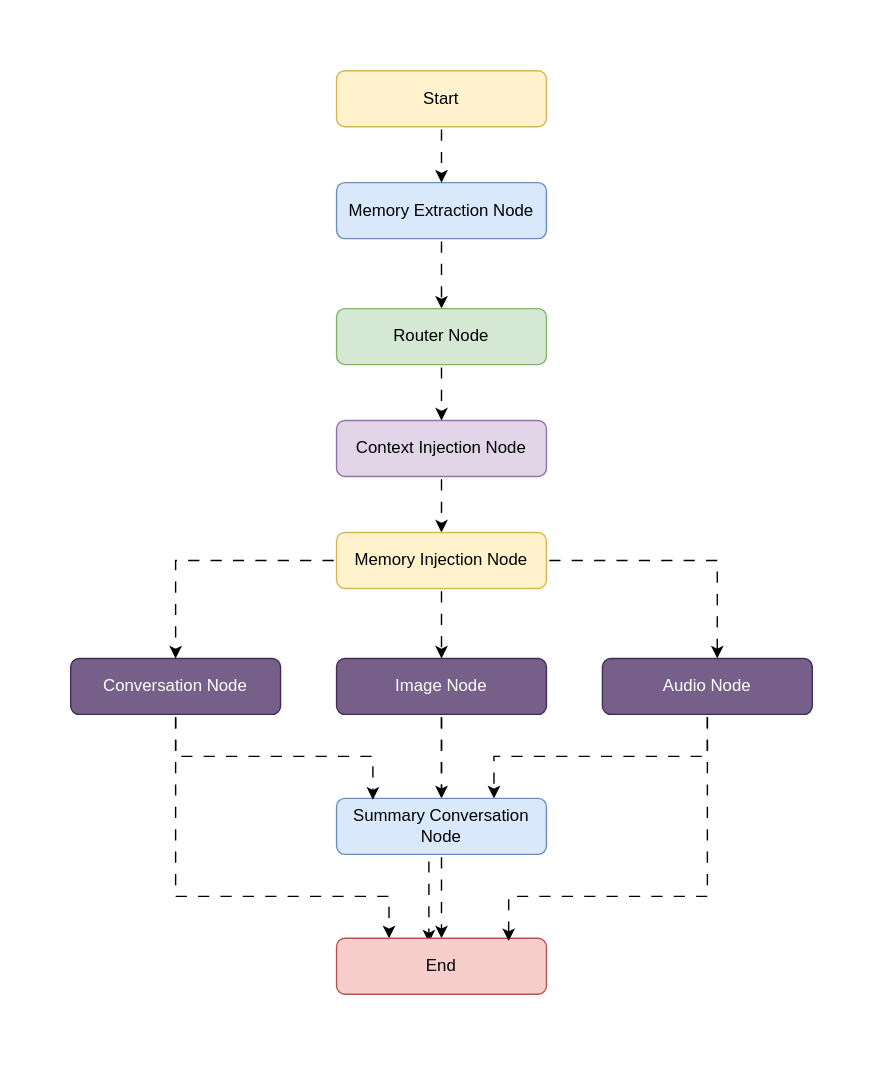
Madhusanka-slc/ai-multimodal-messenger keeps this draw.io diagram as images/graph_diagram.svg. Above is the earlier version. Source tidied: cells renumbered, new cells last; positions are measured from the earlier drawing's top-left corner, leaving out a move shared by most shapes. Source of this version:
```xml
<mxGraphModel>
  <root>
    <mxCell id="0" />
    <mxCell id="1" parent="0" />
    <mxCell id="2" style="edgeStyle=orthogonalEdgeStyle;rounded=0;jettySize=auto;html=1;entryX=0.44;entryY=0.075;entryDx=0;entryDy=0;entryPerimeter=0;flowAnimation=1;" parent="1" edge="1" source="12" target="17">
      <mxGeometry relative="1" as="geometry" />
    </mxCell>
    <mxCell id="3" style="edgeStyle=orthogonalEdgeStyle;rounded=0;jettySize=auto;html=1;entryX=0.5;entryY=0;entryDx=0;entryDy=0;flowAnimation=1;" parent="1" edge="1" source="4" target="19">
      <mxGeometry relative="1" as="geometry" />
    </mxCell>
    <mxCell id="4" value="&lt;p&gt;Memory Extraction Node&lt;/p&gt;" style="rounded=1;whiteSpace=wrap;html=1;fillColor=#dae8fc;strokeColor=#6c8ebf;" parent="1" vertex="1">
      <mxGeometry x="190" y="80" width="150" height="40" as="geometry" />
    </mxCell>
    <mxCell id="5" style="edgeStyle=orthogonalEdgeStyle;rounded=0;jettySize=auto;html=1;flowAnimation=1;" parent="1" edge="1" source="6" target="4">
      <mxGeometry relative="1" as="geometry" />
    </mxCell>
    <mxCell id="6" value="Start" style="rounded=1;whiteSpace=wrap;html=1;fillColor=#fff2cc;strokeColor=#d6b656;" parent="1" vertex="1">
      <mxGeometry x="190" width="150" height="40" as="geometry" />
    </mxCell>
    <mxCell id="7" style="edgeStyle=orthogonalEdgeStyle;rounded=0;jettySize=auto;html=1;entryX=0.5;entryY=0;entryDx=0;entryDy=0;flowAnimation=1;" parent="1" edge="1" source="8" target="22">
      <mxGeometry relative="1" as="geometry" />
    </mxCell>
    <mxCell id="8" value="&lt;p&gt;Context Injection Node&lt;/p&gt;" style="rounded=1;whiteSpace=wrap;html=1;fillColor=#e1d5e7;strokeColor=#9673a6;" parent="1" vertex="1">
      <mxGeometry x="190" y="250" width="150" height="40" as="geometry" />
    </mxCell>
    <mxCell id="9" style="edgeStyle=orthogonalEdgeStyle;rounded=0;jettySize=auto;html=1;entryX=0.25;entryY=0;entryDx=0;entryDy=0;flowAnimation=1;" parent="1" edge="1" source="10" target="17">
      <mxGeometry relative="1" as="geometry">
        <Array as="points">
          <mxPoint x="75" y="590" />
          <mxPoint x="228" y="590" />
        </Array>
      </mxGeometry>
    </mxCell>
    <mxCell id="10" value="&lt;p&gt;Conversation Node&lt;/p&gt;" style="rounded=1;whiteSpace=wrap;html=1;fillColor=#76608a;fontColor=#ffffff;strokeColor=#432D57;" parent="1" vertex="1">
      <mxGeometry y="420" width="150" height="40" as="geometry" />
    </mxCell>
    <mxCell id="11" style="edgeStyle=orthogonalEdgeStyle;rounded=0;jettySize=auto;html=1;entryX=0.5;entryY=0;entryDx=0;entryDy=0;flowAnimation=1;" parent="1" edge="1" source="12" target="16">
      <mxGeometry relative="1" as="geometry" />
    </mxCell>
    <mxCell id="12" value="&lt;p&gt;Image Node&lt;/p&gt;" style="rounded=1;whiteSpace=wrap;html=1;fillColor=#76608a;fontColor=#ffffff;strokeColor=#432D57;" parent="1" vertex="1">
      <mxGeometry x="190" y="420" width="150" height="40" as="geometry" />
    </mxCell>
    <mxCell id="13" style="edgeStyle=orthogonalEdgeStyle;rounded=0;jettySize=auto;html=1;entryX=0.75;entryY=0;entryDx=0;entryDy=0;flowAnimation=1;" parent="1" edge="1" source="14" target="16">
      <mxGeometry relative="1" as="geometry">
        <Array as="points">
          <mxPoint x="455" y="490" />
          <mxPoint x="303" y="490" />
        </Array>
      </mxGeometry>
    </mxCell>
    <mxCell id="14" value="&lt;p&gt;Audio Node&lt;/p&gt;" style="rounded=1;whiteSpace=wrap;html=1;fillColor=#76608a;fontColor=#ffffff;strokeColor=#432D57;" parent="1" vertex="1">
      <mxGeometry x="380" y="420" width="150" height="40" as="geometry" />
    </mxCell>
    <mxCell id="15" style="edgeStyle=orthogonalEdgeStyle;rounded=0;jettySize=auto;html=1;entryX=0.5;entryY=0;entryDx=0;entryDy=0;flowAnimation=1;" parent="1" edge="1" source="16" target="17">
      <mxGeometry relative="1" as="geometry" />
    </mxCell>
    <mxCell id="16" value="&lt;p&gt;Summary Conversation Node&lt;/p&gt;" style="rounded=1;whiteSpace=wrap;html=1;fillColor=#dae8fc;strokeColor=#6c8ebf;" parent="1" vertex="1">
      <mxGeometry x="190" y="520" width="150" height="40" as="geometry" />
    </mxCell>
    <mxCell id="17" value="End" style="rounded=1;whiteSpace=wrap;html=1;fillColor=#f8cecc;strokeColor=#b85450;" parent="1" vertex="1">
      <mxGeometry x="190" y="620" width="150" height="40" as="geometry" />
    </mxCell>
    <mxCell id="18" style="edgeStyle=orthogonalEdgeStyle;rounded=0;jettySize=auto;html=1;entryX=0.5;entryY=0;entryDx=0;entryDy=0;flowAnimation=1;" parent="1" edge="1" source="19" target="8">
      <mxGeometry relative="1" as="geometry" />
    </mxCell>
    <mxCell id="19" value="&lt;p&gt;Router Node&lt;/p&gt;" style="rounded=1;whiteSpace=wrap;html=1;fillColor=#d5e8d4;strokeColor=#82b366;" parent="1" vertex="1">
      <mxGeometry x="190" y="170" width="150" height="40" as="geometry" />
    </mxCell>
    <mxCell id="20" style="edgeStyle=orthogonalEdgeStyle;rounded=0;jettySize=auto;html=1;entryX=0.5;entryY=0;entryDx=0;entryDy=0;flowAnimation=1;" parent="1" edge="1" source="22" target="12">
      <mxGeometry relative="1" as="geometry" />
    </mxCell>
    <mxCell id="21" style="edgeStyle=orthogonalEdgeStyle;rounded=0;jettySize=auto;html=1;entryX=0.5;entryY=0;entryDx=0;entryDy=0;flowAnimation=1;" parent="1" edge="1" source="22" target="10">
      <mxGeometry relative="1" as="geometry" />
    </mxCell>
    <mxCell id="22" value="&lt;p&gt;Memory Injection Node&lt;/p&gt;" style="rounded=1;whiteSpace=wrap;html=1;fillColor=#fff2cc;strokeColor=#d6b656;" parent="1" vertex="1">
      <mxGeometry x="190" y="330" width="150" height="40" as="geometry" />
    </mxCell>
    <mxCell id="23" style="edgeStyle=orthogonalEdgeStyle;rounded=0;jettySize=auto;html=1;entryX=0.547;entryY=0;entryDx=0;entryDy=0;entryPerimeter=0;flowAnimation=1;" parent="1" edge="1" source="22" target="14">
      <mxGeometry relative="1" as="geometry" />
    </mxCell>
    <mxCell id="24" style="edgeStyle=orthogonalEdgeStyle;rounded=0;jettySize=auto;html=1;entryX=0.82;entryY=0.05;entryDx=0;entryDy=0;entryPerimeter=0;flowAnimation=1;" parent="1" edge="1" source="14" target="17">
      <mxGeometry relative="1" as="geometry">
        <Array as="points">
          <mxPoint x="455" y="590" />
          <mxPoint x="313" y="590" />
        </Array>
      </mxGeometry>
    </mxCell>
    <mxCell id="25" style="edgeStyle=orthogonalEdgeStyle;rounded=0;jettySize=auto;html=1;entryX=0.173;entryY=0.025;entryDx=0;entryDy=0;entryPerimeter=0;flowAnimation=1;" parent="1" edge="1" source="10" target="16">
      <mxGeometry relative="1" as="geometry">
        <Array as="points">
          <mxPoint x="75" y="490" />
          <mxPoint x="216" y="490" />
        </Array>
      </mxGeometry>
    </mxCell>
  </root>
</mxGraphModel>
```
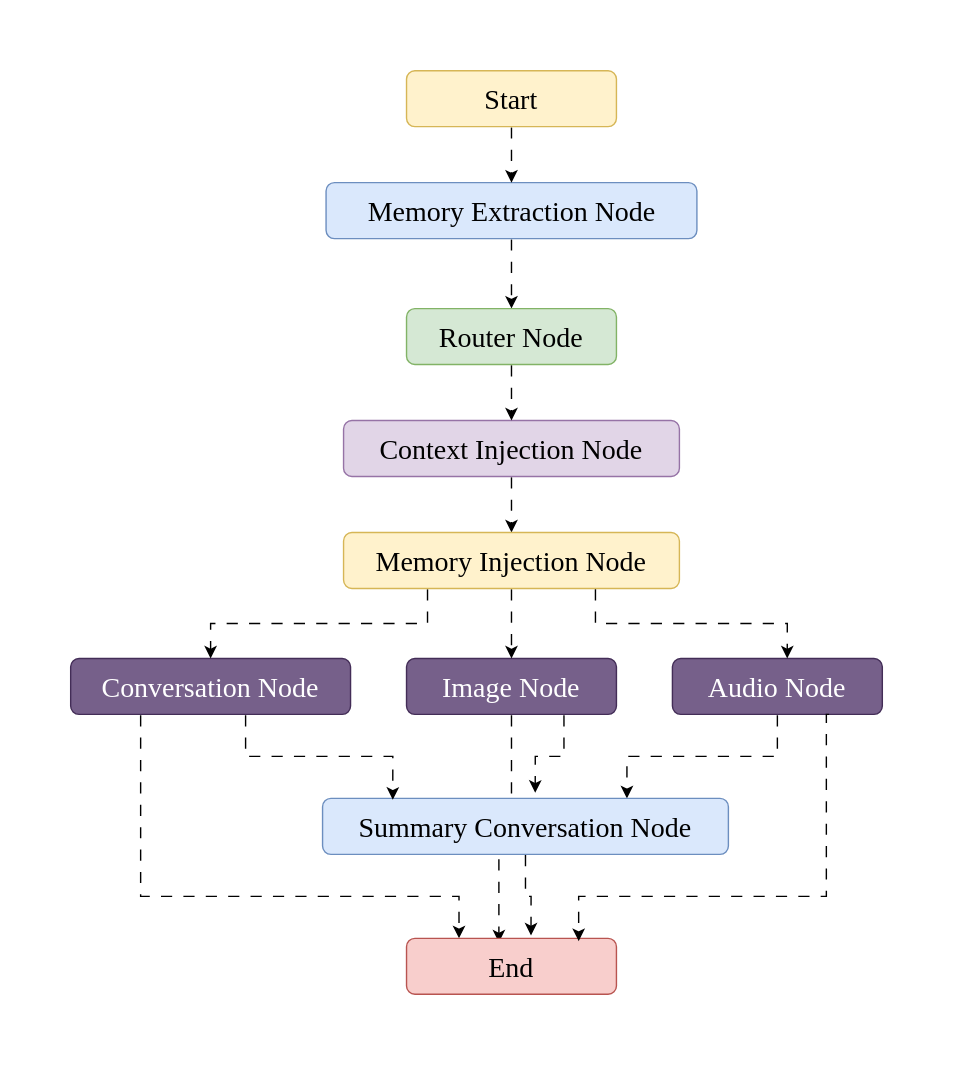
After the commit.

Commit message:
update architecture diagram

Change to the diagram source:
```diff
@@ -2,97 +2,98 @@
   <root>
     <mxCell id="0" />
     <mxCell id="1" parent="0" />
-    <mxCell id="2" style="edgeStyle=orthogonalEdgeStyle;rounded=0;jettySize=auto;html=1;entryX=0.44;entryY=0.075;entryDx=0;entryDy=0;entryPerimeter=0;flowAnimation=1;" parent="1" edge="1" source="12" target="17">
+    <mxCell id="2" style="edgeStyle=orthogonalEdgeStyle;rounded=0;jettySize=auto;html=1;entryX=0.44;entryY=0.075;entryDx=0;entryDy=0;entryPerimeter=0;flowAnimation=1;" parent="1" edge="1" source="11" target="16">
       <mxGeometry relative="1" as="geometry" />
     </mxCell>
-    <mxCell id="3" style="edgeStyle=orthogonalEdgeStyle;rounded=0;jettySize=auto;html=1;entryX=0.5;entryY=0;entryDx=0;entryDy=0;flowAnimation=1;" parent="1" edge="1" source="4" target="19">
+    <mxCell id="3" style="edgeStyle=orthogonalEdgeStyle;rounded=0;jettySize=auto;html=1;entryX=0.5;entryY=0;entryDx=0;entryDy=0;flowAnimation=1;" parent="1" edge="1" source="4" target="18">
       <mxGeometry relative="1" as="geometry" />
     </mxCell>
-    <mxCell id="4" value="&lt;p&gt;Memory Extraction Node&lt;/p&gt;" style="rounded=1;whiteSpace=wrap;html=1;fillColor=#dae8fc;strokeColor=#6c8ebf;" parent="1" vertex="1">
-      <mxGeometry x="190" y="80" width="150" height="40" as="geometry" />
+    <mxCell id="4" value="&lt;p&gt;&lt;font face=&quot;Comic Sans MS&quot; style=&quot;font-size: 20px;&quot;&gt;Memory Extraction Node&lt;/font&gt;&lt;/p&gt;" style="rounded=1;whiteSpace=wrap;html=1;fillColor=#dae8fc;strokeColor=#6c8ebf;" parent="1" vertex="1">
+      <mxGeometry x="132.5" y="370" width="265" height="40" as="geometry" />
     </mxCell>
     <mxCell id="5" style="edgeStyle=orthogonalEdgeStyle;rounded=0;jettySize=auto;html=1;flowAnimation=1;" parent="1" edge="1" source="6" target="4">
       <mxGeometry relative="1" as="geometry" />
     </mxCell>
-    <mxCell id="6" value="Start" style="rounded=1;whiteSpace=wrap;html=1;fillColor=#fff2cc;strokeColor=#d6b656;" parent="1" vertex="1">
-      <mxGeometry x="190" width="150" height="40" as="geometry" />
+    <mxCell id="6" value="&lt;font face=&quot;Comic Sans MS&quot; style=&quot;font-size: 20px;&quot;&gt;Start&lt;/font&gt;" style="rounded=1;whiteSpace=wrap;html=1;fillColor=#fff2cc;strokeColor=#d6b656;" parent="1" vertex="1">
+      <mxGeometry x="190" y="290" width="150" height="40" as="geometry" />
     </mxCell>
-    <mxCell id="7" style="edgeStyle=orthogonalEdgeStyle;rounded=0;jettySize=auto;html=1;entryX=0.5;entryY=0;entryDx=0;entryDy=0;flowAnimation=1;" parent="1" edge="1" source="8" target="22">
+    <mxCell id="7" style="edgeStyle=orthogonalEdgeStyle;rounded=0;jettySize=auto;html=1;entryX=0.5;entryY=0;entryDx=0;entryDy=0;flowAnimation=1;" parent="1" edge="1" source="8" target="21">
       <mxGeometry relative="1" as="geometry" />
     </mxCell>
-    <mxCell id="8" value="&lt;p&gt;Context Injection Node&lt;/p&gt;" style="rounded=1;whiteSpace=wrap;html=1;fillColor=#e1d5e7;strokeColor=#9673a6;" parent="1" vertex="1">
-      <mxGeometry x="190" y="250" width="150" height="40" as="geometry" />
+    <mxCell id="8" value="&lt;p&gt;&lt;font face=&quot;Comic Sans MS&quot; style=&quot;font-size: 20px;&quot;&gt;Context Injection Node&lt;/font&gt;&lt;/p&gt;" style="rounded=1;whiteSpace=wrap;html=1;fillColor=#e1d5e7;strokeColor=#9673a6;" parent="1" vertex="1">
+      <mxGeometry x="145" y="540" width="240" height="40" as="geometry" />
     </mxCell>
-    <mxCell id="9" style="edgeStyle=orthogonalEdgeStyle;rounded=0;jettySize=auto;html=1;entryX=0.25;entryY=0;entryDx=0;entryDy=0;flowAnimation=1;" parent="1" edge="1" source="10" target="17">
+    <mxCell id="9" style="edgeStyle=orthogonalEdgeStyle;rounded=0;jettySize=auto;html=1;entryX=0.25;entryY=0;entryDx=0;entryDy=0;flowAnimation=1;exitX=0.25;exitY=1;exitDx=0;exitDy=0;" parent="1" edge="1" source="10" target="16">
       <mxGeometry relative="1" as="geometry">
         <Array as="points">
-          <mxPoint x="75" y="590" />
-          <mxPoint x="228" y="590" />
+          <mxPoint y="880" />
+          <mxPoint x="228" y="880" />
         </Array>
       </mxGeometry>
     </mxCell>
-    <mxCell id="10" value="&lt;p&gt;Conversation Node&lt;/p&gt;" style="rounded=1;whiteSpace=wrap;html=1;fillColor=#76608a;fontColor=#ffffff;strokeColor=#432D57;" parent="1" vertex="1">
-      <mxGeometry y="420" width="150" height="40" as="geometry" />
+    <mxCell id="10" value="&lt;p&gt;&lt;font face=&quot;Comic Sans MS&quot; style=&quot;font-size: 20px;&quot;&gt;Conversation Node&lt;/font&gt;&lt;/p&gt;" style="rounded=1;whiteSpace=wrap;html=1;fillColor=#76608a;fontColor=#ffffff;strokeColor=#432D57;" parent="1" vertex="1">
+      <mxGeometry x="-50" y="710" width="200" height="40" as="geometry" />
     </mxCell>
-    <mxCell id="11" style="edgeStyle=orthogonalEdgeStyle;rounded=0;jettySize=auto;html=1;entryX=0.5;entryY=0;entryDx=0;entryDy=0;flowAnimation=1;" parent="1" edge="1" source="12" target="16">
-      <mxGeometry relative="1" as="geometry" />
+    <mxCell id="11" value="&lt;p&gt;&lt;font face=&quot;Comic Sans MS&quot; style=&quot;font-size: 20px;&quot;&gt;Image Node&lt;/font&gt;&lt;/p&gt;" style="rounded=1;whiteSpace=wrap;html=1;fillColor=#76608a;fontColor=#ffffff;strokeColor=#432D57;" parent="1" vertex="1">
+      <mxGeometry x="190" y="710" width="150" height="40" as="geometry" />
     </mxCell>
-    <mxCell id="12" value="&lt;p&gt;Image Node&lt;/p&gt;" style="rounded=1;whiteSpace=wrap;html=1;fillColor=#76608a;fontColor=#ffffff;strokeColor=#432D57;" parent="1" vertex="1">
-      <mxGeometry x="190" y="420" width="150" height="40" as="geometry" />
+    <mxCell id="12" style="edgeStyle=orthogonalEdgeStyle;rounded=0;jettySize=auto;html=1;entryX=0.75;entryY=0;entryDx=0;entryDy=0;flowAnimation=1;" parent="1" edge="1" source="13" target="15">
+      <mxGeometry relative="1" as="geometry">
+        <Array as="points">
+          <mxPoint x="455" y="780" />
+          <mxPoint x="348" y="780" />
+        </Array>
+      </mxGeometry>
     </mxCell>
-    <mxCell id="13" style="edgeStyle=orthogonalEdgeStyle;rounded=0;jettySize=auto;html=1;entryX=0.75;entryY=0;entryDx=0;entryDy=0;flowAnimation=1;" parent="1" edge="1" source="14" target="16">
-      <mxGeometry relative="1" as="geometry">
-        <Array as="points">
-          <mxPoint x="455" y="490" />
-          <mxPoint x="303" y="490" />
-        </Array>
-      </mxGeometry>
+    <mxCell id="13" value="&lt;p&gt;&lt;font face=&quot;Comic Sans MS&quot; style=&quot;font-size: 20px;&quot;&gt;Audio Node&lt;/font&gt;&lt;/p&gt;" style="rounded=1;whiteSpace=wrap;html=1;fillColor=#76608a;fontColor=#ffffff;strokeColor=#432D57;" parent="1" vertex="1">
+      <mxGeometry x="380" y="710" width="150" height="40" as="geometry" />
     </mxCell>
-    <mxCell id="14" value="&lt;p&gt;Audio Node&lt;/p&gt;" style="rounded=1;whiteSpace=wrap;html=1;fillColor=#76608a;fontColor=#ffffff;strokeColor=#432D57;" parent="1" vertex="1">
-      <mxGeometry x="380" y="420" width="150" height="40" as="geometry" />
+    <mxCell id="14" style="edgeStyle=orthogonalEdgeStyle;rounded=0;jettySize=auto;html=1;entryX=0.593;entryY=-0.05;entryDx=0;entryDy=0;flowAnimation=1;entryPerimeter=0;" parent="1" edge="1" source="15" target="16">
+      <mxGeometry relative="1" as="geometry" />
     </mxCell>
-    <mxCell id="15" style="edgeStyle=orthogonalEdgeStyle;rounded=0;jettySize=auto;html=1;entryX=0.5;entryY=0;entryDx=0;entryDy=0;flowAnimation=1;" parent="1" edge="1" source="16" target="17">
-      <mxGeometry relative="1" as="geometry" />
+    <mxCell id="15" value="&lt;p&gt;&lt;font face=&quot;Comic Sans MS&quot; style=&quot;font-size: 20px;&quot;&gt;Summary Conversation Node&lt;/font&gt;&lt;/p&gt;" style="rounded=1;whiteSpace=wrap;html=1;fillColor=#dae8fc;strokeColor=#6c8ebf;" parent="1" vertex="1">
+      <mxGeometry x="130" y="810" width="290" height="40" as="geometry" />
     </mxCell>
-    <mxCell id="16" value="&lt;p&gt;Summary Conversation Node&lt;/p&gt;" style="rounded=1;whiteSpace=wrap;html=1;fillColor=#dae8fc;strokeColor=#6c8ebf;" parent="1" vertex="1">
-      <mxGeometry x="190" y="520" width="150" height="40" as="geometry" />
+    <mxCell id="16" value="&lt;font face=&quot;Comic Sans MS&quot; style=&quot;font-size: 20px;&quot;&gt;End&lt;/font&gt;" style="rounded=1;whiteSpace=wrap;html=1;fillColor=#f8cecc;strokeColor=#b85450;" parent="1" vertex="1">
+      <mxGeometry x="190" y="910" width="150" height="40" as="geometry" />
     </mxCell>
-    <mxCell id="17" value="End" style="rounded=1;whiteSpace=wrap;html=1;fillColor=#f8cecc;strokeColor=#b85450;" parent="1" vertex="1">
-      <mxGeometry x="190" y="620" width="150" height="40" as="geometry" />
+    <mxCell id="17" style="edgeStyle=orthogonalEdgeStyle;rounded=0;jettySize=auto;html=1;entryX=0.5;entryY=0;entryDx=0;entryDy=0;flowAnimation=1;" parent="1" edge="1" source="18" target="8">
+      <mxGeometry relative="1" as="geometry" />
     </mxCell>
-    <mxCell id="18" style="edgeStyle=orthogonalEdgeStyle;rounded=0;jettySize=auto;html=1;entryX=0.5;entryY=0;entryDx=0;entryDy=0;flowAnimation=1;" parent="1" edge="1" source="19" target="8">
-      <mxGeometry relative="1" as="geometry" />
+    <mxCell id="18" value="&lt;p&gt;&lt;font face=&quot;Comic Sans MS&quot; style=&quot;font-size: 20px;&quot;&gt;Router Node&lt;/font&gt;&lt;/p&gt;" style="rounded=1;whiteSpace=wrap;html=1;fillColor=#d5e8d4;strokeColor=#82b366;" parent="1" vertex="1">
+      <mxGeometry x="190" y="460" width="150" height="40" as="geometry" />
     </mxCell>
-    <mxCell id="19" value="&lt;p&gt;Router Node&lt;/p&gt;" style="rounded=1;whiteSpace=wrap;html=1;fillColor=#d5e8d4;strokeColor=#82b366;" parent="1" vertex="1">
-      <mxGeometry x="190" y="170" width="150" height="40" as="geometry" />
+    <mxCell id="19" style="edgeStyle=orthogonalEdgeStyle;rounded=0;jettySize=auto;html=1;entryX=0.5;entryY=0;entryDx=0;entryDy=0;flowAnimation=1;" parent="1" edge="1" source="21" target="11">
+      <mxGeometry relative="1" as="geometry" />
     </mxCell>
-    <mxCell id="20" style="edgeStyle=orthogonalEdgeStyle;rounded=0;jettySize=auto;html=1;entryX=0.5;entryY=0;entryDx=0;entryDy=0;flowAnimation=1;" parent="1" edge="1" source="22" target="12">
+    <mxCell id="20" style="edgeStyle=orthogonalEdgeStyle;rounded=0;jettySize=auto;html=1;entryX=0.5;entryY=0;entryDx=0;entryDy=0;flowAnimation=1;exitX=0.25;exitY=1;exitDx=0;exitDy=0;" parent="1" edge="1" source="21" target="10">
       <mxGeometry relative="1" as="geometry" />
     </mxCell>
-    <mxCell id="21" style="edgeStyle=orthogonalEdgeStyle;rounded=0;jettySize=auto;html=1;entryX=0.5;entryY=0;entryDx=0;entryDy=0;flowAnimation=1;" parent="1" edge="1" source="22" target="10">
-      <mxGeometry relative="1" as="geometry" />
+    <mxCell id="21" value="&lt;p&gt;&lt;font face=&quot;Comic Sans MS&quot; style=&quot;font-size: 20px;&quot;&gt;Memory Injection Node&lt;/font&gt;&lt;/p&gt;" style="rounded=1;whiteSpace=wrap;html=1;fillColor=#fff2cc;strokeColor=#d6b656;" parent="1" vertex="1">
+      <mxGeometry x="145" y="620" width="240" height="40" as="geometry" />
     </mxCell>
-    <mxCell id="22" value="&lt;p&gt;Memory Injection Node&lt;/p&gt;" style="rounded=1;whiteSpace=wrap;html=1;fillColor=#fff2cc;strokeColor=#d6b656;" parent="1" vertex="1">
-      <mxGeometry x="190" y="330" width="150" height="40" as="geometry" />
+    <mxCell id="22" style="edgeStyle=orthogonalEdgeStyle;rounded=0;jettySize=auto;html=1;entryX=0.547;entryY=0;entryDx=0;entryDy=0;entryPerimeter=0;flowAnimation=1;exitX=0.75;exitY=1;exitDx=0;exitDy=0;" parent="1" edge="1" source="21" target="13">
+      <mxGeometry relative="1" as="geometry" />
     </mxCell>
-    <mxCell id="23" style="edgeStyle=orthogonalEdgeStyle;rounded=0;jettySize=auto;html=1;entryX=0.547;entryY=0;entryDx=0;entryDy=0;entryPerimeter=0;flowAnimation=1;" parent="1" edge="1" source="22" target="14">
-      <mxGeometry relative="1" as="geometry" />
+    <mxCell id="23" style="edgeStyle=orthogonalEdgeStyle;rounded=0;jettySize=auto;html=1;entryX=0.82;entryY=0.05;entryDx=0;entryDy=0;entryPerimeter=0;flowAnimation=1;exitX=0.75;exitY=1;exitDx=0;exitDy=0;" parent="1" edge="1" source="13" target="16">
+      <mxGeometry relative="1" as="geometry">
+        <Array as="points">
+          <mxPoint x="490" y="750" />
+          <mxPoint x="490" y="880" />
+          <mxPoint x="313" y="880" />
+        </Array>
+      </mxGeometry>
     </mxCell>
-    <mxCell id="24" style="edgeStyle=orthogonalEdgeStyle;rounded=0;jettySize=auto;html=1;entryX=0.82;entryY=0.05;entryDx=0;entryDy=0;entryPerimeter=0;flowAnimation=1;" parent="1" edge="1" source="14" target="17">
+    <mxCell id="24" style="edgeStyle=orthogonalEdgeStyle;rounded=0;jettySize=auto;html=1;entryX=0.173;entryY=0.025;entryDx=0;entryDy=0;entryPerimeter=0;flowAnimation=1;" parent="1" edge="1" source="10" target="15">
       <mxGeometry relative="1" as="geometry">
         <Array as="points">
-          <mxPoint x="455" y="590" />
-          <mxPoint x="313" y="590" />
+          <mxPoint x="75" y="780" />
+          <mxPoint x="180" y="780" />
         </Array>
       </mxGeometry>
     </mxCell>
-    <mxCell id="25" style="edgeStyle=orthogonalEdgeStyle;rounded=0;jettySize=auto;html=1;entryX=0.173;entryY=0.025;entryDx=0;entryDy=0;entryPerimeter=0;flowAnimation=1;" parent="1" edge="1" source="10" target="16">
-      <mxGeometry relative="1" as="geometry">
-        <Array as="points">
-          <mxPoint x="75" y="490" />
-          <mxPoint x="216" y="490" />
-        </Array>
-      </mxGeometry>
+    <mxCell id="25" style="edgeStyle=orthogonalEdgeStyle;rounded=0;jettySize=auto;html=1;exitX=0.75;exitY=1;exitDx=0;exitDy=0;entryX=0.524;entryY=-0.1;entryDx=0;entryDy=0;entryPerimeter=0;flowAnimation=1;" parent="1" edge="1" source="11" target="15">
+      <mxGeometry relative="1" as="geometry" />
     </mxCell>
   </root>
 </mxGraphModel>
```
